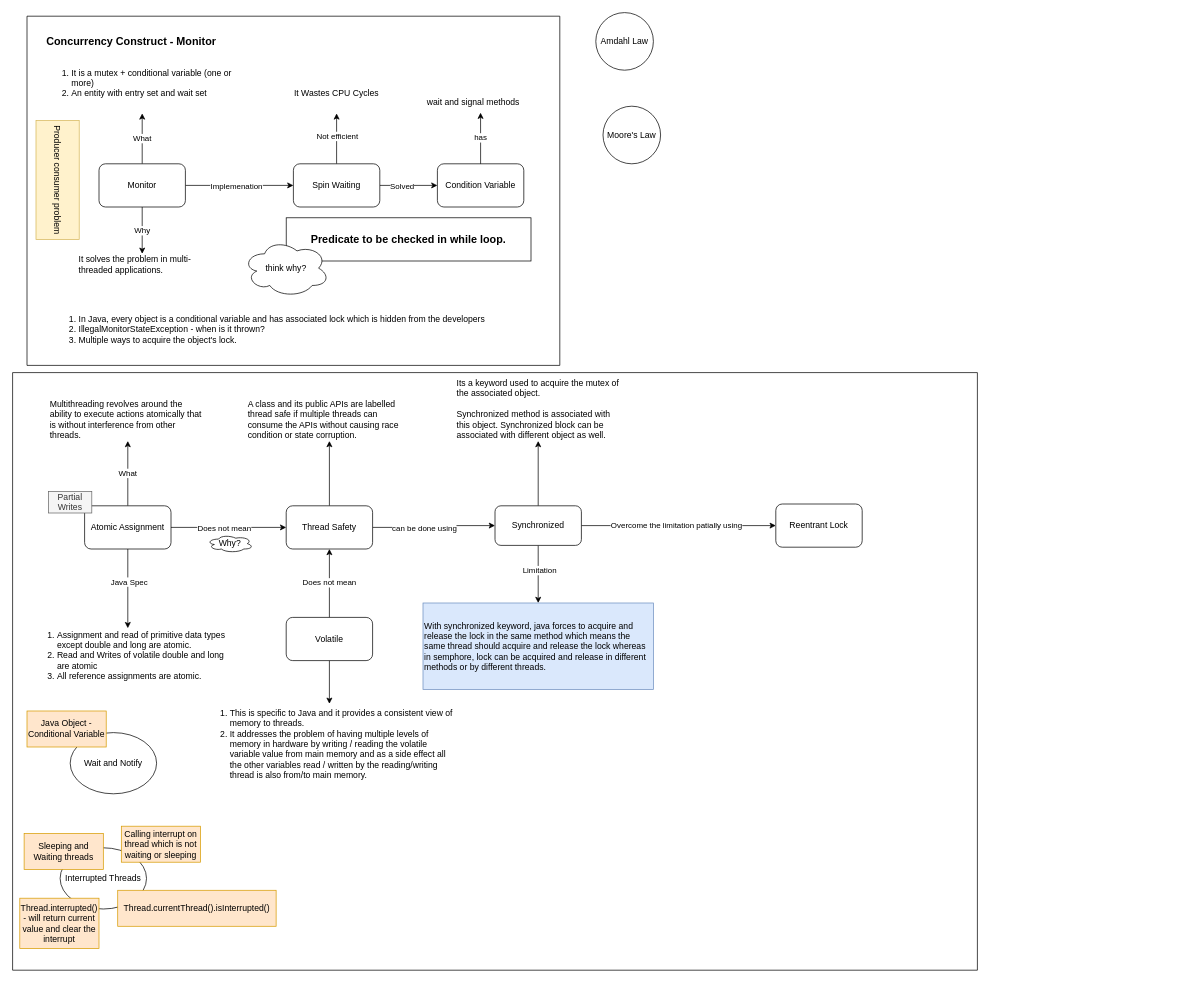
Above: multithreading-java.drawio in balaprojects/graphical_notes (draw.io), before the change. Source tidied: cells renumbered, new cells numbered last; positions are measured from the earlier drawing's top-left corner, leaving out a move shared by most shapes. Both pictures are drawn from the tidied source at 72%, with x=0, y=0 at pixel (-2, 12).
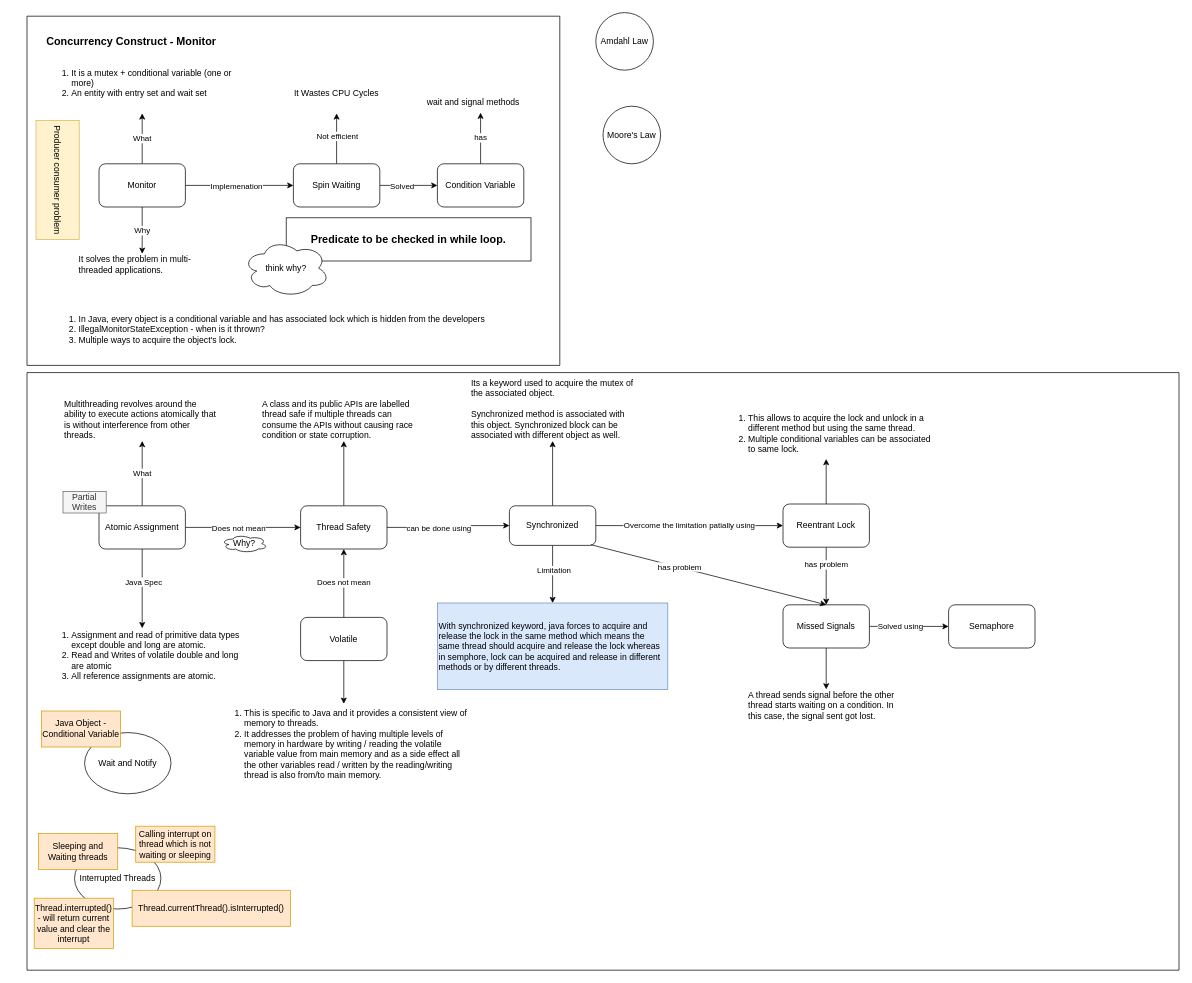
After the change.

The change refers to these unchanged cells:
```xml
<mxCell id="47" value="Synchronized" style="rounded=1;whiteSpace=wrap;html=1;" parent="26" vertex="1">
  <mxGeometry x="670" y="185" width="120" height="55" as="geometry" />
</mxCell>
```

Change to the diagram source:
```diff
@@
     <mxCell id="26" style="swimlane;startSize=0;" parent="1" vertex="1">
-      <mxGeometry x="20" y="500" width="1340" height="830" as="geometry" />
+      <mxGeometry x="40" y="500" width="1600" height="830" as="geometry" />
     </mxCell>
@@
+    <mxCell id="62" style="edgeStyle=orthogonalEdgeStyle;rounded=0;jettySize=auto;html=1;" parent="26" edge="1" source="61" target="69">
+      <mxGeometry relative="1" as="geometry" />
+    </mxCell>
+    <mxCell id="63" value="has problem" style="edgeLabel;html=1;align=center;verticalAlign=middle;" parent="62" vertex="1">
+      <mxGeometry x="-0.39" y="-1" relative="1" as="geometry" />
+    </mxCell>
+    <mxCell id="64" style="edgeStyle=orthogonalEdgeStyle;rounded=0;jettySize=auto;html=1;entryX=0.5;entryY=1;entryDx=0;entryDy=0;" parent="26" edge="1" source="61" target="65">
+      <mxGeometry relative="1" as="geometry" />
+    </mxCell>
     <mxCell id="61" value="Reentrant Lock" style="whiteSpace=wrap;html=1;rounded=1;" parent="26" vertex="1">
-      <mxGeometry x="1060" y="182.5" width="120" height="60" as="geometry" />
+      <mxGeometry x="1050" y="182.5" width="120" height="60" as="geometry" />
     </mxCell>
+    <mxCell id="65" value="&lt;ol&gt;&lt;li&gt;This allows to acquire the lock and unlock in a different method but using the same thread.&lt;/li&gt;&lt;li&gt;Multiple conditional variables can be associated to same lock.&lt;/li&gt;&lt;/ol&gt;" style="text;html=1;align=left;verticalAlign=middle;whiteSpace=wrap;rounded=0;" parent="26" vertex="1">
+      <mxGeometry x="960" y="50" width="300" height="70" as="geometry" />
+    </mxCell>
+    <mxCell id="66" style="edgeStyle=orthogonalEdgeStyle;rounded=0;jettySize=auto;html=1;entryX=0.5;entryY=0;entryDx=0;entryDy=0;" parent="26" edge="1" source="69" target="72">
+      <mxGeometry relative="1" as="geometry" />
+    </mxCell>
+    <mxCell id="67" style="edgeStyle=orthogonalEdgeStyle;rounded=0;jettySize=auto;html=1;" parent="26" edge="1" source="69" target="73">
+      <mxGeometry relative="1" as="geometry" />
+    </mxCell>
+    <mxCell id="68" value="Solved using" style="edgeLabel;html=1;align=center;verticalAlign=middle;" parent="67" vertex="1">
+      <mxGeometry x="-0.24" y="1" relative="1" as="geometry">
+        <mxPoint y="1" as="offset" />
+      </mxGeometry>
+    </mxCell>
+    <mxCell id="69" value="Missed Signals" style="whiteSpace=wrap;html=1;rounded=1;" parent="26" vertex="1">
+      <mxGeometry x="1050" y="322.5" width="120" height="60" as="geometry" />
+    </mxCell>
+    <mxCell id="70" style="endArrow=classic;html=1;rounded=0;entryX=0.5;entryY=0;entryDx=0;entryDy=0;exitX=0.942;exitY=0.982;exitDx=0;exitDy=0;exitPerimeter=0;" parent="26" edge="1" source="47" target="69">
+      <mxGeometry relative="1" as="geometry" />
+    </mxCell>
+    <mxCell id="71" value="has problem&amp;nbsp;" style="edgeLabel;html=1;align=center;verticalAlign=middle;" parent="70" vertex="1">
+      <mxGeometry x="-0.24" y="1" relative="1" as="geometry" />
+    </mxCell>
+    <mxCell id="72" value="&lt;div&gt;&lt;br&gt;&lt;/div&gt;A thread sends signal before the other thread starts waiting on a condition. In this case, the signal sent got lost." style="text;html=1;align=left;verticalAlign=middle;whiteSpace=wrap;rounded=0;" parent="26" vertex="1">
+      <mxGeometry x="1000" y="440" width="220" height="30" as="geometry" />
+    </mxCell>
+    <mxCell id="73" value="Semaphore" style="whiteSpace=wrap;html=1;rounded=1;" parent="26" vertex="1">
+      <mxGeometry x="1280" y="322.5" width="120" height="60" as="geometry" />
+    </mxCell>
```
